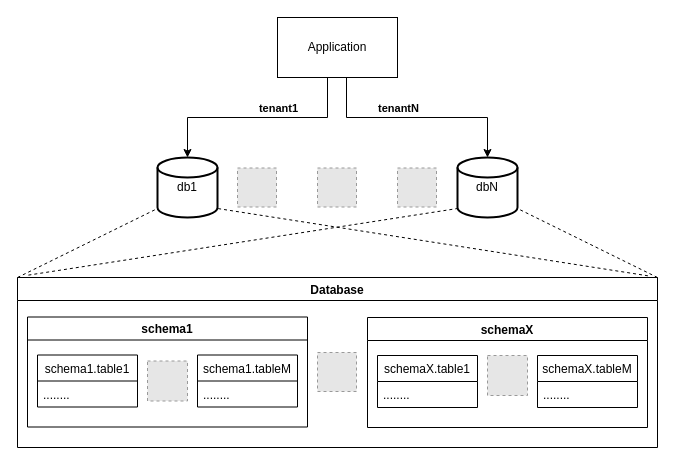
starnowski/posmulten keeps this draw.io diagram as doc/Separate_database.drawio. Above is the earlier version. Source tidied: cells renumbered, new cells numbered last; positions are measured from the earlier drawing's top-left corner, leaving out a move shared by most shapes. Both pictures are drawn from the tidied source at 100%, with x=0, y=0 at pixel (17, 17). Pictures stored in the file or linked from it are replaced by grey dashed boxes.
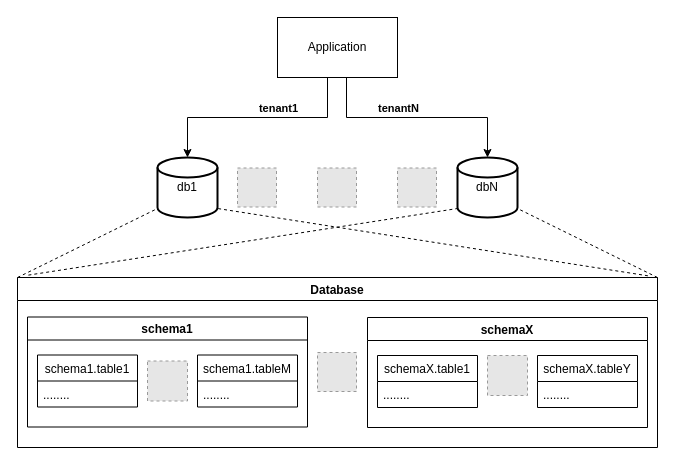
The same diagram, later.

Commit message (it also covers changes not shown here):
#133 - Fixed diagram for the separated database strategy. [skip travis]

The change refers to these unchanged cells:
```xml
<mxCell id="20" value="schemaX" style="swimlane;" parent="12" vertex="1">
  <mxGeometry x="350" y="40" width="280" height="110" as="geometry" />
</mxCell>
```

Diff of the diagram source:
```diff
@@
-    <mxCell id="23" value="schemaX.tableM" style="swimlane;fontStyle=0;horizontal=1;startSize=26;fillColor=none;" parent="20" vertex="1">
+    <mxCell id="23" value="schemaX.tableY" style="swimlane;fontStyle=0;horizontal=1;startSize=26;fillColor=none;" parent="20" vertex="1">
       <mxGeometry x="170" y="38" width="100" height="52" as="geometry" />
     </mxCell>
```
